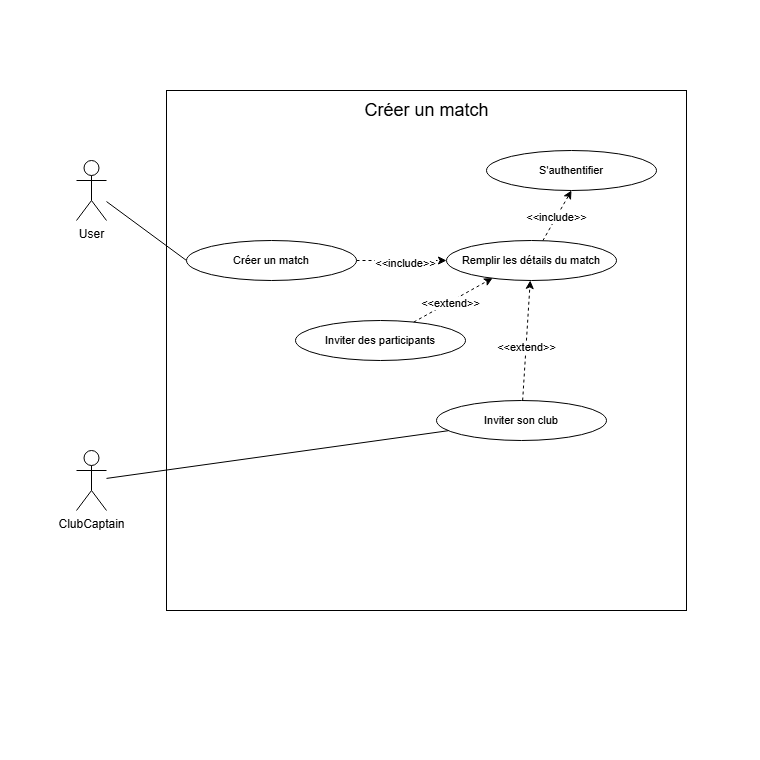
Before: Diagram use case Créer un match.drawio.png, a diagram exported from draw.io (Mathistrg/Styx). Source tidied: cells renumbered, new cells last; positions are measured from the earlier drawing's top-left corner, leaving out a move shared by most shapes.
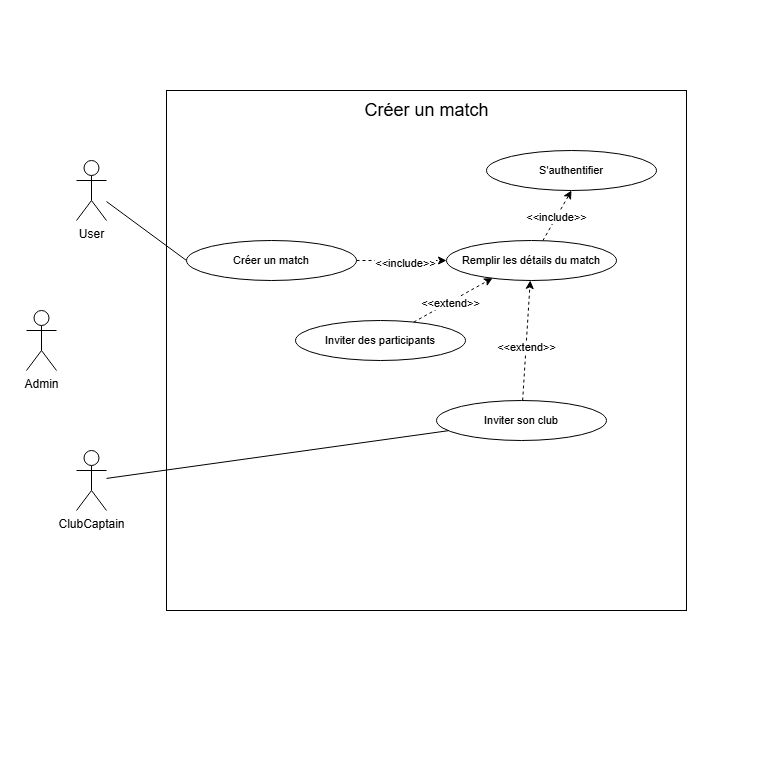
Above is the later version.

Commit message:
Mettre à jour Diagram use case Créer un match.drawio.png

Change to the diagram source:
```diff
@@ -66,5 +66,8 @@
         <mxPoint y="1" as="offset" />
       </mxGeometry>
     </mxCell>
+    <mxCell id="22" value="Admin" style="shape=umlActor;verticalLabelPosition=bottom;verticalAlign=top;html=1;" parent="1" vertex="1">
+      <mxGeometry x="26" y="310" width="30" height="60" as="geometry" />
+    </mxCell>
   </root>
 </mxGraphModel>
```
